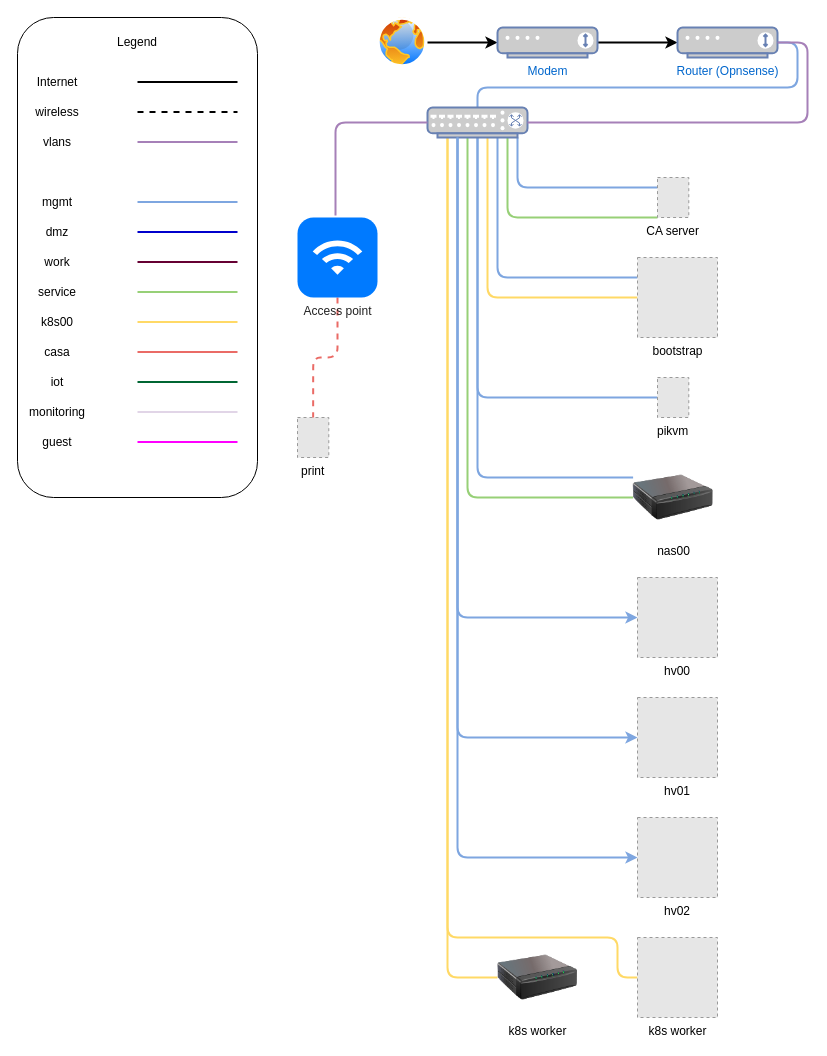
Enoxime/homelab keeps this draw.io diagram as assets/topology.drawio. Above is the earlier version. Source tidied: cells renumbered, new cells numbered last; positions are measured from the earlier drawing's top-left corner, leaving out a move shared by most shapes. Both pictures are drawn from the tidied source at 100%, with x=0, y=0 at pixel (17, 17). Pictures stored in the file or linked from it are replaced by grey dashed boxes.
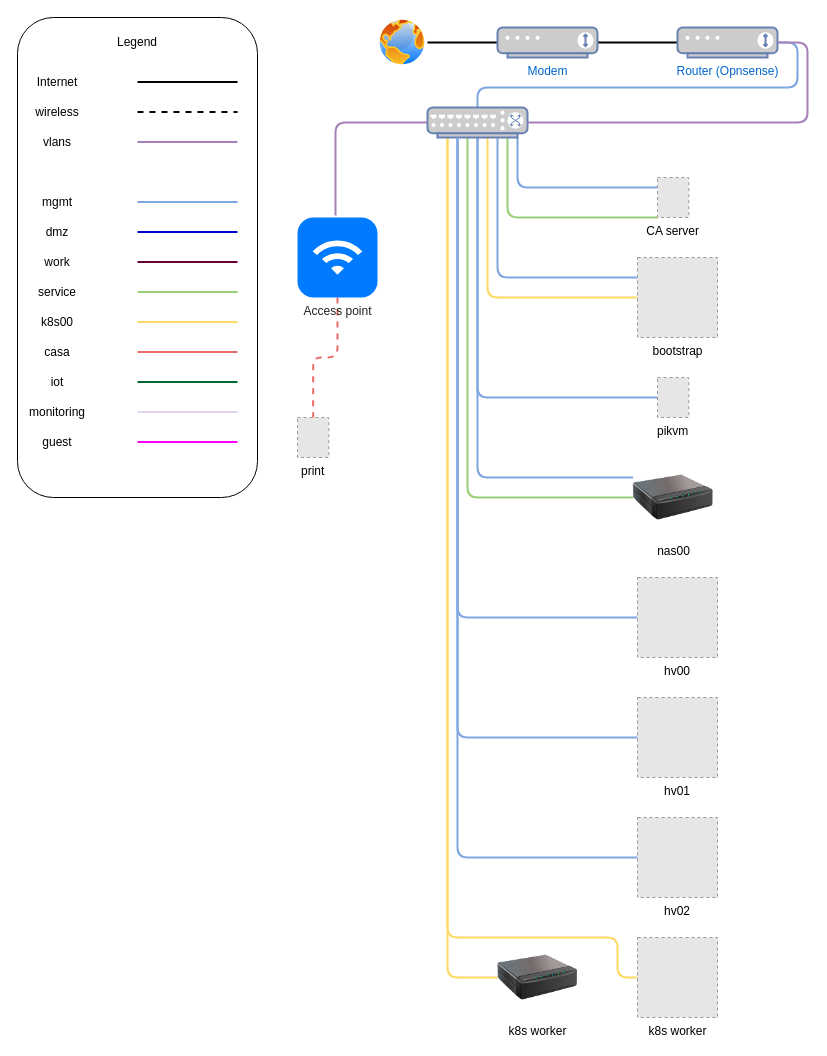
The same diagram, later.

The change refers to these unchanged cells:
```xml
<mxCell id="3" style="image;perimeter=ellipsePerimeter;html=1;align=center;shadow=0;dashed=0;spacingTop=3;image=img/lib/active_directory/internet_globe.svg;" parent="1" vertex="1">
  <mxGeometry x="360" width="50" height="50" as="geometry" />
</mxCell>
<mxCell id="5" value="Modem" style="fontColor=#0066CC;verticalAlign=top;verticalLabelPosition=bottom;labelPosition=center;align=center;html=1;outlineConnect=0;fillColor=#CCCCCC;strokeColor=#6881B3;gradientColor=none;gradientDirection=north;strokeWidth=2;shape=mxgraph.networks.modem;" parent="1" vertex="1">
  <mxGeometry x="480" y="10" width="100" height="30" as="geometry" />
</mxCell>
<mxCell id="7" value="&lt;div&gt;Router (Opnsense)&lt;/div&gt;" style="fontColor=#0066CC;verticalAlign=top;verticalLabelPosition=bottom;labelPosition=center;align=center;html=1;outlineConnect=0;fillColor=#CCCCCC;strokeColor=#6881B3;gradientColor=none;gradientDirection=north;strokeWidth=2;shape=mxgraph.networks.modem;" parent="1" vertex="1">
  <mxGeometry x="660" y="10" width="100" height="30" as="geometry" />
</mxCell>
<mxCell id="18" style="fontColor=#0066CC;verticalAlign=top;verticalLabelPosition=bottom;labelPosition=center;align=center;html=1;outlineConnect=0;fillColor=#CCCCCC;strokeColor=#6881B3;gradientColor=none;gradientDirection=north;strokeWidth=2;shape=mxgraph.networks.switch;" parent="1" vertex="1">
  <mxGeometry x="410" y="90" width="100" height="30" as="geometry" />
</mxCell>
<mxCell id="31" value="hv02" style="fillColor=#E6E6E6;strokeColor=#999999;dashed=1;verticalLabelPosition=bottom;labelBackgroundColor=default;verticalAlign=top;" parent="1" vertex="1">
  <mxGeometry x="620" y="800" width="80" height="80" as="geometry" />
</mxCell>
<mxCell id="32" value="hv01" style="fillColor=#E6E6E6;strokeColor=#999999;dashed=1;verticalLabelPosition=bottom;labelBackgroundColor=default;verticalAlign=top;" parent="1" vertex="1">
  <mxGeometry x="620" y="680" width="80" height="80" as="geometry" />
</mxCell>
<mxCell id="33" value="hv00" style="fillColor=#E6E6E6;strokeColor=#999999;dashed=1;verticalLabelPosition=bottom;labelBackgroundColor=default;verticalAlign=top;" parent="1" vertex="1">
  <mxGeometry x="620" y="560" width="80" height="80" as="geometry" />
</mxCell>
```

Diff of the diagram source:
```diff
@@
-    <mxCell id="2" style="edgeStyle=orthogonalEdgeStyle;rounded=1;jettySize=auto;html=1;curved=0;strokeWidth=2;" parent="1" edge="1" source="3" target="5">
+    <mxCell id="2" style="edgeStyle=orthogonalEdgeStyle;rounded=1;jettySize=auto;html=1;curved=0;strokeWidth=2;endArrow=none;startFill=0;" parent="1" edge="1" source="3" target="5">
       <mxGeometry relative="1" as="geometry" />
     </mxCell>
@@
-    <mxCell id="4" style="edgeStyle=orthogonalEdgeStyle;rounded=1;jettySize=auto;html=1;curved=0;strokeWidth=2;" parent="1" edge="1" source="5" target="7">
+    <mxCell id="4" style="edgeStyle=orthogonalEdgeStyle;rounded=1;jettySize=auto;html=1;curved=0;strokeWidth=2;endArrow=none;startFill=0;" parent="1" edge="1" source="5" target="7">
       <mxGeometry relative="1" as="geometry" />
     </mxCell>
@@
-    <mxCell id="15" style="edgeStyle=orthogonalEdgeStyle;rounded=1;jettySize=auto;html=1;entryX=0;entryY=0.5;entryDx=0;entryDy=0;curved=0;strokeColor=#7EA6E0;strokeWidth=2;" parent="1" edge="1" source="18" target="33">
+    <mxCell id="15" style="edgeStyle=orthogonalEdgeStyle;rounded=1;jettySize=auto;html=1;entryX=0;entryY=0.5;entryDx=0;entryDy=0;curved=0;strokeColor=#7EA6E0;strokeWidth=2;endArrow=none;startFill=0;" parent="1" edge="1" source="18" target="33">
       <mxGeometry relative="1" as="geometry">
         <Array as="points">
           <mxPoint x="440" y="600" />
         </Array>
       </mxGeometry>
     </mxCell>
@@
-    <mxCell id="35" style="edgeStyle=orthogonalEdgeStyle;rounded=1;jettySize=auto;html=1;entryX=0;entryY=0.5;entryDx=0;entryDy=0;curved=0;strokeColor=#7EA6E0;strokeWidth=2;" parent="1" edge="1" source="18" target="32">
+    <mxCell id="35" style="edgeStyle=orthogonalEdgeStyle;rounded=1;jettySize=auto;html=1;entryX=0;entryY=0.5;entryDx=0;entryDy=0;curved=0;strokeColor=#7EA6E0;strokeWidth=2;endArrow=none;startFill=0;" parent="1" edge="1" source="18" target="32">
       <mxGeometry relative="1" as="geometry">
         <Array as="points">
           <mxPoint x="440" y="720" />
         </Array>
       </mxGeometry>
     </mxCell>
-    <mxCell id="36" style="edgeStyle=orthogonalEdgeStyle;rounded=1;jettySize=auto;html=1;entryX=0;entryY=0.5;entryDx=0;entryDy=0;curved=0;strokeColor=#7EA6E0;strokeWidth=2;" parent="1" edge="1" source="18" target="31">
+    <mxCell id="36" style="edgeStyle=orthogonalEdgeStyle;rounded=1;jettySize=auto;html=1;entryX=0;entryY=0.5;entryDx=0;entryDy=0;curved=0;strokeColor=#7EA6E0;strokeWidth=2;endArrow=none;startFill=0;" parent="1" edge="1" source="18" target="31">
       <mxGeometry relative="1" as="geometry">
         <Array as="points">
           <mxPoint x="440" y="840" />
         </Array>
       </mxGeometry>
     </mxCell>
```
